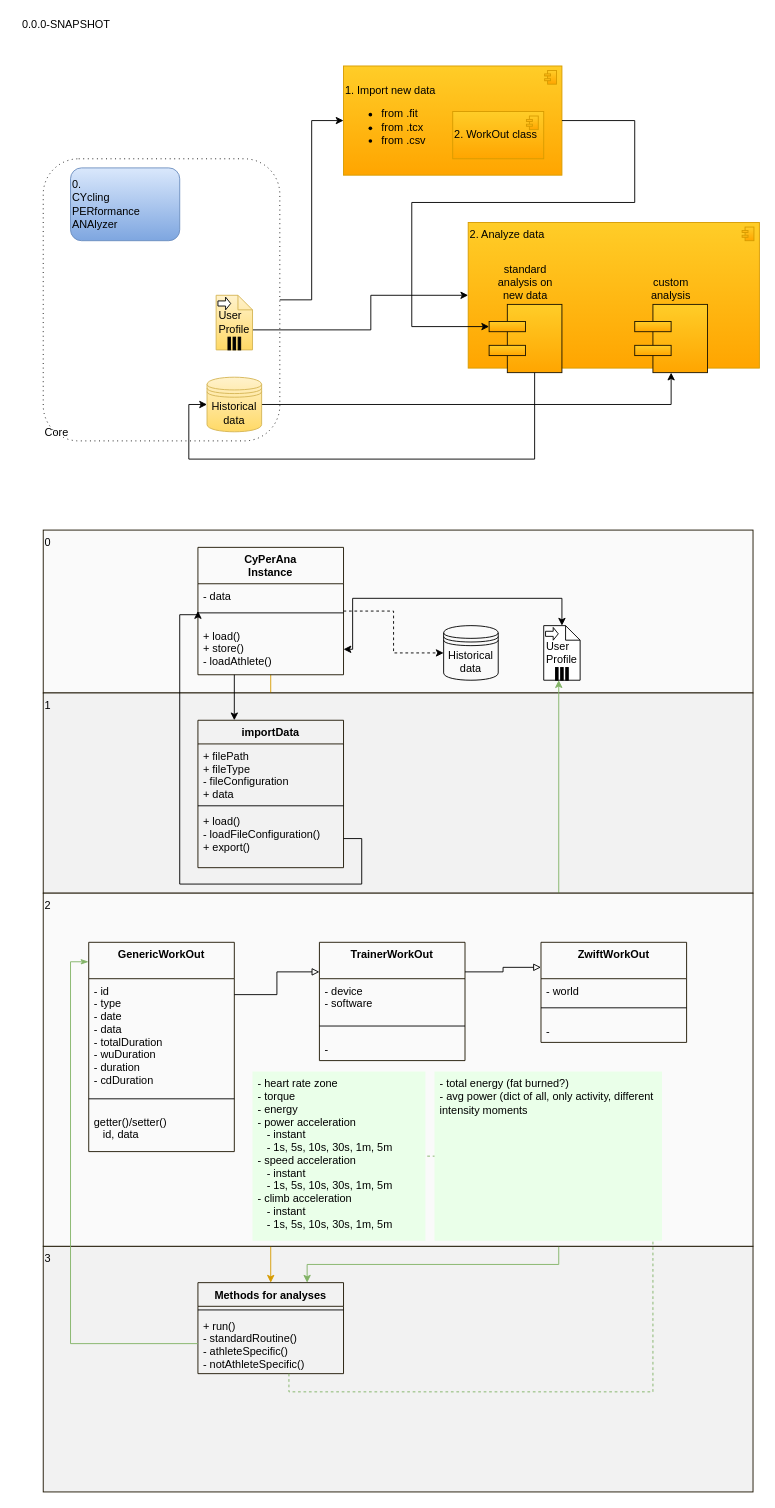
Before: architecture.drawio in stefano-v37/cyperana, a draw.io diagram. Source tidied: cells renumbered, new cells numbered last; positions are measured from the earlier drawing's top-left corner, leaving out a move shared by most shapes. Both pictures are drawn from the tidied source at 91%, with x=0, y=0 at pixel (15, 15).
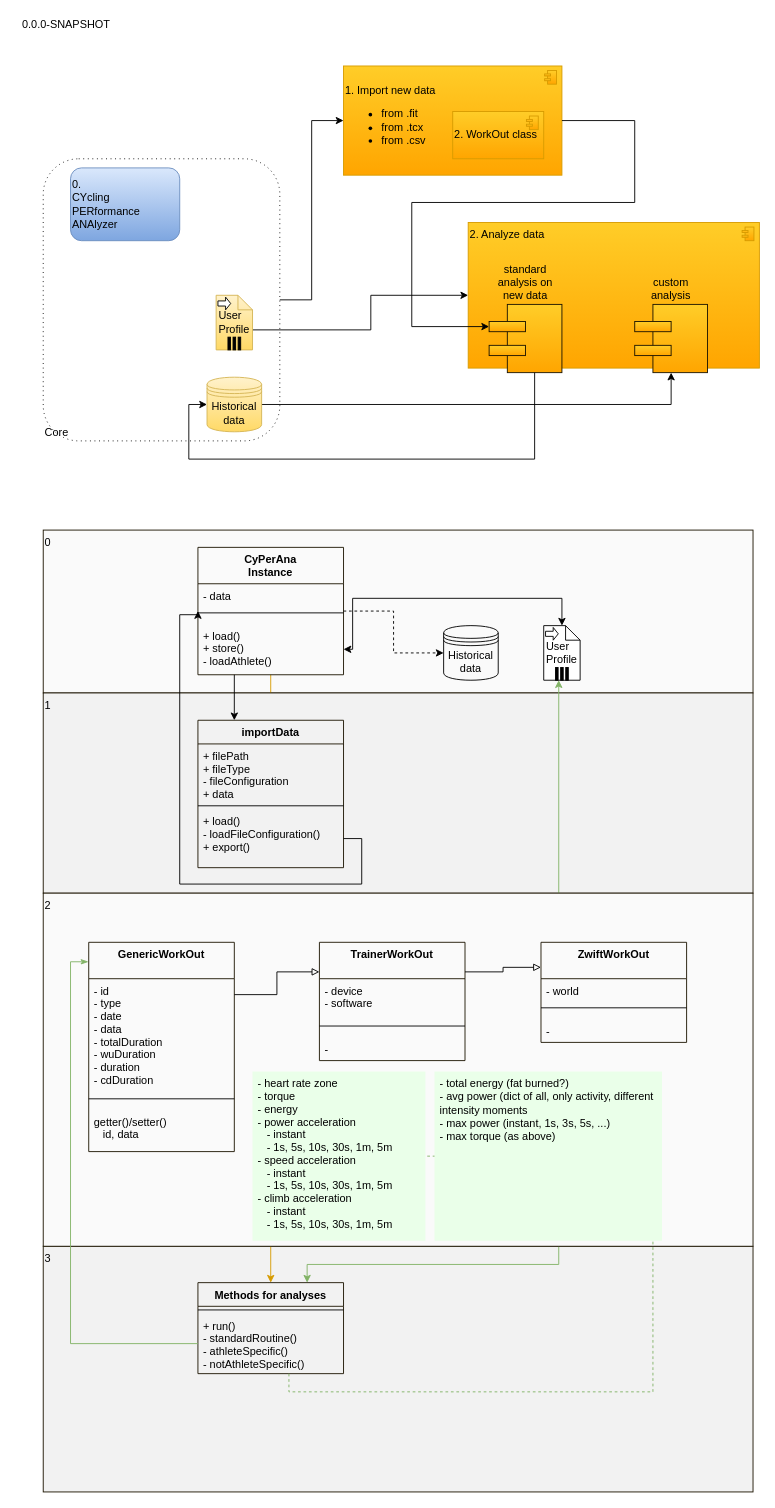
The same page after the edit.

Diff of the diagram source:
```diff
@@
-    <mxCell id="61" value="- total energy (fat burned?)&#10;- avg power (dict of all, only activity, different intensity moments" style="text;align=left;verticalAlign=top;spacingLeft=4;spacingRight=4;overflow=hidden;fillColor=#EAFFE9;whiteSpace=wrap;" parent="1" vertex="1">
+    <mxCell id="61" value="- total energy (fat burned?)&#10;- avg power (dict of all, only activity, different intensity moments&#10;- max power (instant, 1s, 3s, 5s, ...)&#10;- max torque (as above)&#10;" style="text;align=left;verticalAlign=top;spacingLeft=4;spacingRight=4;overflow=hidden;fillColor=#EAFFE9;whiteSpace=wrap;" parent="1" vertex="1">
       <mxGeometry x="460" y="1160" width="250" height="186" as="geometry" />
     </mxCell>
```
